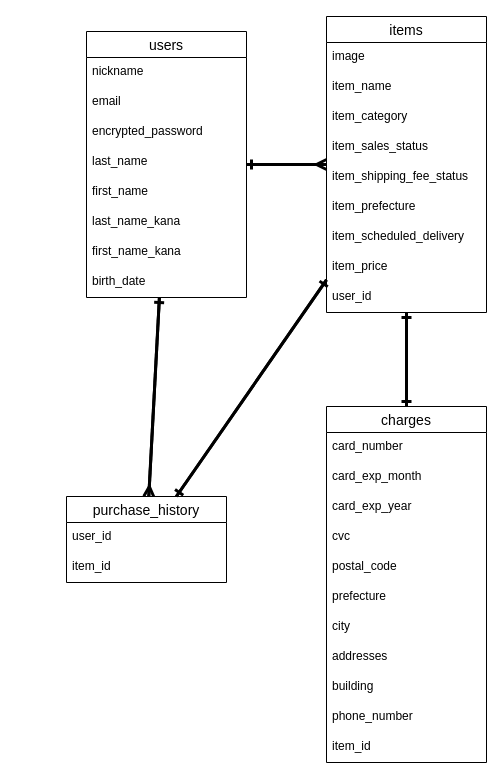
This is furima.dio from yw6870/furima-32560, a draw.io file, before an edit. Source tidied: cells renumbered, new cells numbered last; positions are measured from the earlier drawing's top-left corner, leaving out a move shared by most shapes. Both pictures are drawn from the tidied source at 100%, with x=0, y=0 at pixel (66, 16).
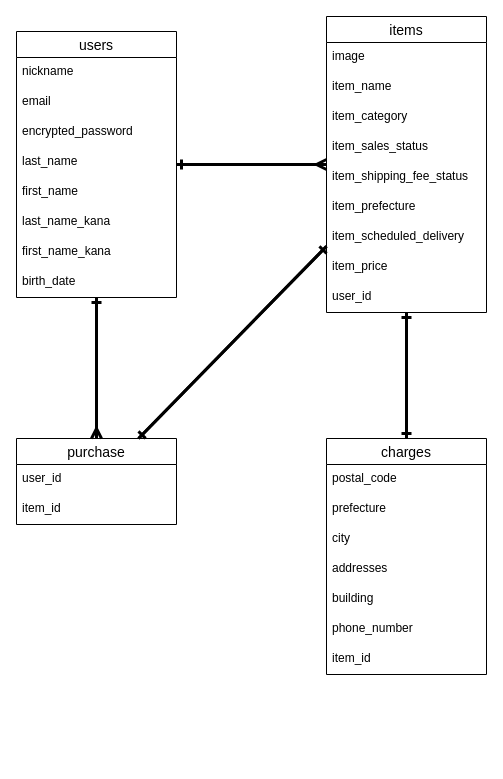
The same diagram, later.

The change refers to these unchanged cells:
```xml
<mxCell id="11" value="items" style="swimlane;fontStyle=0;horizontal=1;startSize=26;align=center;fontSize=14;" parent="1" vertex="1">
  <mxGeometry x="260" width="160" height="296" as="geometry" />
</mxCell>
```

Diff of the diagram source:
```diff
@@
     <mxCell id="2" value="users" style="swimlane;fontStyle=0;horizontal=1;startSize=26;align=center;fontSize=14;" parent="1" vertex="1">
-      <mxGeometry x="20" y="15" width="160" height="266" as="geometry" />
+      <mxGeometry x="-50" y="15" width="160" height="266" as="geometry" />
     </mxCell>
@@
-    <mxCell id="6" value="last_name" style="text;strokeColor=none;fillColor=none;spacingLeft=4;spacingRight=4;overflow=hidden;fontSize=12;" parent="2" vertex="1">
-      <mxGeometry y="116" width="160" height="30" as="geometry" />
-    </mxCell>
-    <mxCell id="7" value="first_name&#10;" style="text;strokeColor=none;fillColor=none;spacingLeft=4;spacingRight=4;overflow=hidden;fontSize=12;" parent="2" vertex="1">
-      <mxGeometry y="146" width="160" height="30" as="geometry" />
-    </mxCell>
-    <mxCell id="8" value="last_name_kana" style="text;strokeColor=none;fillColor=none;spacingLeft=4;spacingRight=4;overflow=hidden;fontSize=12;" parent="2" vertex="1">
-      <mxGeometry y="176" width="160" height="30" as="geometry" />
-    </mxCell>
-    <mxCell id="9" value="first_name_kana" style="text;strokeColor=none;fillColor=none;spacingLeft=4;spacingRight=4;overflow=hidden;fontSize=12;" parent="2" vertex="1">
-      <mxGeometry y="206" width="160" height="30" as="geometry" />
-    </mxCell>
-    <mxCell id="10" value="birth_date" style="text;strokeColor=none;fillColor=none;spacingLeft=4;spacingRight=4;overflow=hidden;fontSize=12;" parent="2" vertex="1">
-      <mxGeometry y="236" width="160" height="30" as="geometry" />
-    </mxCell>
+    <mxCell id="18" value="last_name" style="text;strokeColor=none;fillColor=none;spacingLeft=4;spacingRight=4;overflow=hidden;fontSize=12;" parent="2" vertex="1">
+      <mxGeometry y="116" width="160" height="30" as="geometry" />
+    </mxCell>
+    <mxCell id="44" value="first_name&#10;" style="text;strokeColor=none;fillColor=none;spacingLeft=4;spacingRight=4;overflow=hidden;fontSize=12;" parent="2" vertex="1">
+      <mxGeometry y="146" width="160" height="30" as="geometry" />
+    </mxCell>
+    <mxCell id="16" value="last_name_kana" style="text;strokeColor=none;fillColor=none;spacingLeft=4;spacingRight=4;overflow=hidden;fontSize=12;" parent="2" vertex="1">
+      <mxGeometry y="176" width="160" height="30" as="geometry" />
+    </mxCell>
+    <mxCell id="17" value="first_name_kana" style="text;strokeColor=none;fillColor=none;spacingLeft=4;spacingRight=4;overflow=hidden;fontSize=12;" parent="2" vertex="1">
+      <mxGeometry y="206" width="160" height="30" as="geometry" />
+    </mxCell>
+    <mxCell id="45" value="birth_date" style="text;strokeColor=none;fillColor=none;spacingLeft=4;spacingRight=4;overflow=hidden;fontSize=12;" parent="2" vertex="1">
+      <mxGeometry y="236" width="160" height="30" as="geometry" />
+    </mxCell>
@@
-    <mxCell id="15" value="item_sales_status" style="text;strokeColor=none;fillColor=none;spacingLeft=4;spacingRight=4;overflow=hidden;fontSize=12;" parent="11" vertex="1">
-      <mxGeometry y="116" width="160" height="30" as="geometry" />
-    </mxCell>
-    <mxCell id="16" value="item_shipping_fee_status" style="text;strokeColor=none;fillColor=none;spacingLeft=4;spacingRight=4;overflow=hidden;fontSize=12;" parent="11" vertex="1">
-      <mxGeometry y="146" width="160" height="30" as="geometry" />
-    </mxCell>
-    <mxCell id="17" value="item_prefecture" style="text;strokeColor=none;fillColor=none;spacingLeft=4;spacingRight=4;overflow=hidden;fontSize=12;" parent="11" vertex="1">
-      <mxGeometry y="176" width="160" height="30" as="geometry" />
-    </mxCell>
-    <mxCell id="18" value="item_scheduled_delivery" style="text;strokeColor=none;fillColor=none;spacingLeft=4;spacingRight=4;overflow=hidden;fontSize=12;" parent="11" vertex="1">
-      <mxGeometry y="206" width="160" height="30" as="geometry" />
-    </mxCell>
+    <mxCell id="26" value="item_sales_status" style="text;strokeColor=none;fillColor=none;spacingLeft=4;spacingRight=4;overflow=hidden;fontSize=12;" parent="11" vertex="1">
+      <mxGeometry y="116" width="160" height="30" as="geometry" />
+    </mxCell>
+    <mxCell id="46" value="item_shipping_fee_status" style="text;strokeColor=none;fillColor=none;spacingLeft=4;spacingRight=4;overflow=hidden;fontSize=12;" parent="11" vertex="1">
+      <mxGeometry y="146" width="160" height="30" as="geometry" />
+    </mxCell>
-    <mxCell id="19" value="item_price" style="text;strokeColor=none;fillColor=none;spacingLeft=4;spacingRight=4;overflow=hidden;fontSize=12;" parent="11" vertex="1">
-      <mxGeometry y="236" width="160" height="30" as="geometry" />
+    <mxCell id="19" value="item_prefecture" style="text;strokeColor=none;fillColor=none;spacingLeft=4;spacingRight=4;overflow=hidden;fontSize=12;" parent="11" vertex="1">
+      <mxGeometry y="176" width="160" height="30" as="geometry" />
     </mxCell>
-    <mxCell id="20" value="user_id" style="text;strokeColor=none;fillColor=none;spacingLeft=4;spacingRight=4;overflow=hidden;fontSize=12;" parent="11" vertex="1">
-      <mxGeometry y="266" width="160" height="30" as="geometry" />
+    <mxCell id="20" value="item_scheduled_delivery" style="text;strokeColor=none;fillColor=none;spacingLeft=4;spacingRight=4;overflow=hidden;fontSize=12;" parent="11" vertex="1">
+      <mxGeometry y="206" width="160" height="30" as="geometry" />
     </mxCell>
+    <mxCell id="24" value="item_price" style="text;strokeColor=none;fillColor=none;spacingLeft=4;spacingRight=4;overflow=hidden;fontSize=12;" parent="11" vertex="1">
+      <mxGeometry y="236" width="160" height="30" as="geometry" />
+    </mxCell>
+    <mxCell id="25" value="user_id" style="text;strokeColor=none;fillColor=none;spacingLeft=4;spacingRight=4;overflow=hidden;fontSize=12;" parent="11" vertex="1">
+      <mxGeometry y="266" width="160" height="30" as="geometry" />
+    </mxCell>
     <mxCell id="21" value="charges" style="swimlane;fontStyle=0;horizontal=1;startSize=26;align=center;fontSize=14;" parent="1" vertex="1">
-      <mxGeometry x="260" y="390" width="160" height="356" as="geometry" />
+      <mxGeometry x="260" y="422" width="160" height="236" as="geometry" />
     </mxCell>
-    <mxCell id="22" value="card_number" style="text;strokeColor=none;fillColor=none;spacingLeft=4;spacingRight=4;overflow=hidden;fontSize=12;" parent="21" vertex="1">
+    <mxCell id="22" value="postal_code" style="text;strokeColor=none;fillColor=none;spacingLeft=4;spacingRight=4;overflow=hidden;fontSize=12;" parent="21" vertex="1">
       <mxGeometry y="26" width="160" height="30" as="geometry" />
     </mxCell>
-    <mxCell id="23" value="card_exp_month" style="text;strokeColor=none;fillColor=none;spacingLeft=4;spacingRight=4;overflow=hidden;fontSize=12;" parent="21" vertex="1">
+    <mxCell id="23" value="prefecture" style="text;strokeColor=none;fillColor=none;spacingLeft=4;spacingRight=4;overflow=hidden;fontSize=12;" parent="21" vertex="1">
       <mxGeometry y="56" width="160" height="30" as="geometry" />
     </mxCell>
-    <mxCell id="24" value="card_exp_year" style="text;strokeColor=none;fillColor=none;spacingLeft=4;spacingRight=4;overflow=hidden;fontSize=12;" parent="21" vertex="1">
-      <mxGeometry y="86" width="160" height="30" as="geometry" />
-    </mxCell>
-    <mxCell id="25" value="cvc" style="text;strokeColor=none;fillColor=none;spacingLeft=4;spacingRight=4;overflow=hidden;fontSize=12;" parent="21" vertex="1">
-      <mxGeometry y="116" width="160" height="30" as="geometry" />
-    </mxCell>
-    <mxCell id="26" value="postal_code" style="text;strokeColor=none;fillColor=none;spacingLeft=4;spacingRight=4;overflow=hidden;fontSize=12;" parent="21" vertex="1">
-      <mxGeometry y="146" width="160" height="30" as="geometry" />
-    </mxCell>
-    <mxCell id="27" value="prefecture" style="text;strokeColor=none;fillColor=none;spacingLeft=4;spacingRight=4;overflow=hidden;fontSize=12;" parent="21" vertex="1">
-      <mxGeometry y="176" width="160" height="30" as="geometry" />
+    <mxCell id="27" value="city" style="text;strokeColor=none;fillColor=none;spacingLeft=4;spacingRight=4;overflow=hidden;fontSize=12;" parent="21" vertex="1">
+      <mxGeometry y="86" width="160" height="30" as="geometry" />
     </mxCell>
-    <mxCell id="28" value="city" style="text;strokeColor=none;fillColor=none;spacingLeft=4;spacingRight=4;overflow=hidden;fontSize=12;" parent="21" vertex="1">
-      <mxGeometry y="206" width="160" height="30" as="geometry" />
+    <mxCell id="28" value="addresses" style="text;strokeColor=none;fillColor=none;spacingLeft=4;spacingRight=4;overflow=hidden;fontSize=12;" parent="21" vertex="1">
+      <mxGeometry y="116" width="160" height="30" as="geometry" />
     </mxCell>
-    <mxCell id="29" value="addresses" style="text;strokeColor=none;fillColor=none;spacingLeft=4;spacingRight=4;overflow=hidden;fontSize=12;" parent="21" vertex="1">
-      <mxGeometry y="236" width="160" height="30" as="geometry" />
+    <mxCell id="29" value="building" style="text;strokeColor=none;fillColor=none;spacingLeft=4;spacingRight=4;overflow=hidden;fontSize=12;" parent="21" vertex="1">
+      <mxGeometry y="146" width="160" height="30" as="geometry" />
     </mxCell>
-    <mxCell id="30" value="building" style="text;strokeColor=none;fillColor=none;spacingLeft=4;spacingRight=4;overflow=hidden;fontSize=12;" parent="21" vertex="1">
-      <mxGeometry y="266" width="160" height="30" as="geometry" />
+    <mxCell id="30" value="phone_number" style="text;strokeColor=none;fillColor=none;spacingLeft=4;spacingRight=4;overflow=hidden;fontSize=12;" parent="21" vertex="1">
+      <mxGeometry y="176" width="160" height="30" as="geometry" />
     </mxCell>
-    <mxCell id="31" value="phone_number" style="text;strokeColor=none;fillColor=none;spacingLeft=4;spacingRight=4;overflow=hidden;fontSize=12;" parent="21" vertex="1">
-      <mxGeometry y="296" width="160" height="30" as="geometry" />
-    </mxCell>
-    <mxCell id="32" value="item_id" style="text;strokeColor=none;fillColor=none;spacingLeft=4;spacingRight=4;overflow=hidden;fontSize=12;" parent="21" vertex="1">
-      <mxGeometry y="326" width="160" height="30" as="geometry" />
-    </mxCell>
+    <mxCell id="47" value="item_id" style="text;strokeColor=none;fillColor=none;spacingLeft=4;spacingRight=4;overflow=hidden;fontSize=12;" parent="21" vertex="1">
+      <mxGeometry y="206" width="160" height="30" as="geometry" />
+    </mxCell>
-    <mxCell id="33" style="edgeStyle=entityRelationEdgeStyle;fontSize=12;html=1;endArrow=ERone;endFill=1;jumpSize=10;strokeWidth=3;" parent="1" edge="1" source="11" target="2">
-      <mxGeometry relative="1" as="geometry" />
+    <mxCell id="33" value="purchase" style="swimlane;fontStyle=0;horizontal=1;startSize=26;align=center;fontSize=14;" parent="1" vertex="1">
+      <mxGeometry x="-50" y="422" width="160" height="86" as="geometry" />
     </mxCell>
-    <mxCell id="34" style="fontSize=12;html=1;endArrow=ERone;endFill=1;strokeWidth=3;" parent="1" edge="1" source="21" target="11">
-      <mxGeometry relative="1" as="geometry" />
+    <mxCell id="34" value="user_id" style="text;strokeColor=none;fillColor=none;spacingLeft=4;spacingRight=4;overflow=hidden;fontSize=12;" parent="33" vertex="1">
+      <mxGeometry y="26" width="160" height="30" as="geometry" />
     </mxCell>
-    <mxCell id="35" style="fontSize=12;html=1;endArrow=ERone;endFill=1;strokeWidth=3;" parent="1" edge="1" source="11" target="21">
-      <mxGeometry relative="1" as="geometry" />
+    <mxCell id="35" value="item_id" style="text;strokeColor=none;fillColor=none;spacingLeft=4;spacingRight=4;overflow=hidden;fontSize=12;" parent="33" vertex="1">
+      <mxGeometry y="56" width="160" height="30" as="geometry" />
     </mxCell>
-    <mxCell id="36" style="edgeStyle=entityRelationEdgeStyle;fontSize=12;html=1;endArrow=ERmany;jumpSize=11;strokeWidth=3;" parent="1" edge="1" source="2" target="11">
+    <mxCell id="36" style="edgeStyle=entityRelationEdgeStyle;fontSize=12;html=1;endArrow=ERmany;strokeWidth=3;" parent="1" edge="1" source="2" target="11">
       <mxGeometry relative="1" as="geometry" />
     </mxCell>
-    <mxCell id="37" style="fontSize=12;html=1;endArrow=ERone;endFill=1;strokeWidth=3;" parent="1" edge="1" source="39" target="2">
-      <mxGeometry relative="1" as="geometry" />
-    </mxCell>
-    <mxCell id="38" style="fontSize=12;html=1;endArrow=ERmany;strokeWidth=3;" parent="1" edge="1" source="2" target="39">
-      <mxGeometry relative="1" as="geometry" />
-    </mxCell>
-    <mxCell id="39" value="purchase_history" style="swimlane;fontStyle=0;horizontal=1;startSize=26;align=center;fontSize=14;" parent="1" vertex="1">
-      <mxGeometry y="480" width="160" height="86" as="geometry" />
-    </mxCell>
-    <mxCell id="40" value="user_id" style="text;strokeColor=none;fillColor=none;spacingLeft=4;spacingRight=4;overflow=hidden;fontSize=12;" parent="39" vertex="1">
-      <mxGeometry y="26" width="160" height="30" as="geometry" />
-    </mxCell>
-    <mxCell id="41" value="item_id" style="text;strokeColor=none;fillColor=none;spacingLeft=4;spacingRight=4;overflow=hidden;fontSize=12;" parent="39" vertex="1">
-      <mxGeometry y="56" width="160" height="30" as="geometry" />
-    </mxCell>
-    <mxCell id="42" style="fontSize=12;html=1;endArrow=ERone;endFill=1;strokeWidth=3;" parent="1" edge="1" source="11" target="39">
-      <mxGeometry relative="1" as="geometry" />
-    </mxCell>
-    <mxCell id="43" style="fontSize=12;html=1;endArrow=ERone;endFill=1;strokeWidth=3;" parent="1" edge="1" source="39" target="11">
-      <mxGeometry relative="1" as="geometry" />
-    </mxCell>
+    <mxCell id="6" style="fontSize=12;html=1;endArrow=ERmany;strokeWidth=3;entryX=0.5;entryY=0;entryDx=0;entryDy=0;" parent="1" edge="1" source="2" target="33">
+      <mxGeometry relative="1" as="geometry" />
+    </mxCell>
+    <mxCell id="7" style="fontSize=12;html=1;endArrow=ERone;endFill=1;strokeWidth=3;" parent="1" edge="1" source="11" target="33">
+      <mxGeometry relative="1" as="geometry" />
+    </mxCell>
+    <mxCell id="8" style="fontSize=12;html=1;endArrow=ERone;endFill=1;strokeWidth=3;" parent="1" edge="1" source="33" target="11">
+      <mxGeometry relative="1" as="geometry" />
+    </mxCell>
+    <mxCell id="48" style="fontSize=12;html=1;endArrow=ERone;endFill=1;strokeWidth=3;" parent="1" edge="1" source="11" target="21">
+      <mxGeometry relative="1" as="geometry" />
+    </mxCell>
+    <mxCell id="9" style="fontSize=12;html=1;endArrow=ERone;endFill=1;strokeWidth=3;" parent="1" edge="1" source="21" target="11">
+      <mxGeometry relative="1" as="geometry" />
+    </mxCell>
+    <mxCell id="10" style="fontSize=12;html=1;endArrow=ERone;endFill=1;strokeWidth=3;exitX=0.5;exitY=0;exitDx=0;exitDy=0;" parent="1" edge="1" source="33" target="2">
+      <mxGeometry relative="1" as="geometry" />
+    </mxCell>
+    <mxCell id="15" style="edgeStyle=entityRelationEdgeStyle;fontSize=12;html=1;endArrow=ERone;endFill=1;strokeWidth=3;" parent="1" edge="1" source="11" target="2">
+      <mxGeometry relative="1" as="geometry" />
+    </mxCell>
```
